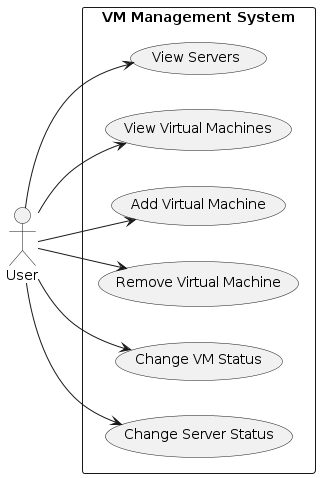
Above: uml/use_case_view.png in JonathanBeals/OOP-Final-Project (PlantUML), before the change.
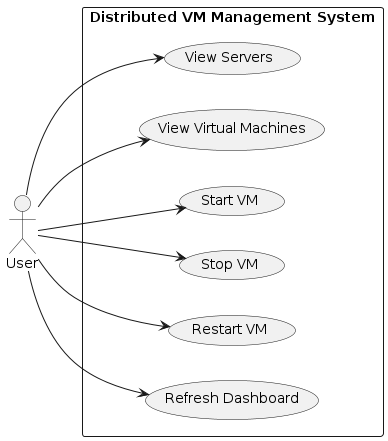
After the commit.

What changed in the source:
```diff
@@ -1,16 +1,18 @@
 @startuml use_case_view
 
 left to right direction
+skinparam shadowing false
 
 actor User
 
-rectangle "VM Management System" {
+rectangle "Distributed VM Management System" {
+
     usecase "View Servers" as UC1
     usecase "View Virtual Machines" as UC2
-    usecase "Add Virtual Machine" as UC3
-    usecase "Remove Virtual Machine" as UC4
-    usecase "Change VM Status" as UC5
-    usecase "Change Server Status" as UC6
+    usecase "Start VM" as UC3
+    usecase "Stop VM" as UC4
+    usecase "Restart VM" as UC5
+    usecase "Refresh Dashboard" as UC6
 }
 
 User --> UC1
```
